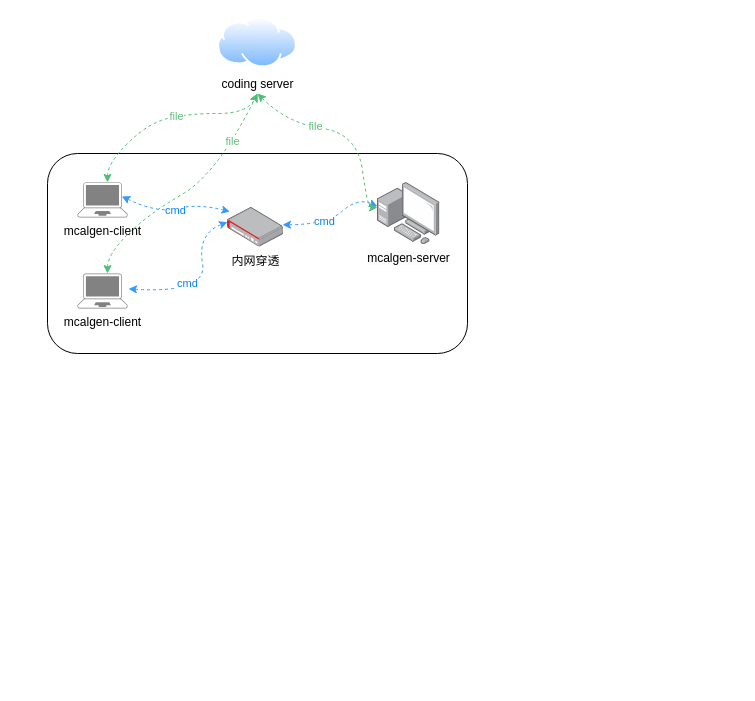
hehenihao/chart keeps this draw.io diagram as page "第 11 页" (11 of 11) of cx3288_sdk.drawio. Above is the earlier version. Source tidied: cells renumbered, new cells numbered last; positions are measured from the earlier drawing's top-left corner, leaving out a move shared by most shapes. Both pictures are drawn from the tidied source at 100%, with x=0, y=0 at pixel (47, 17).
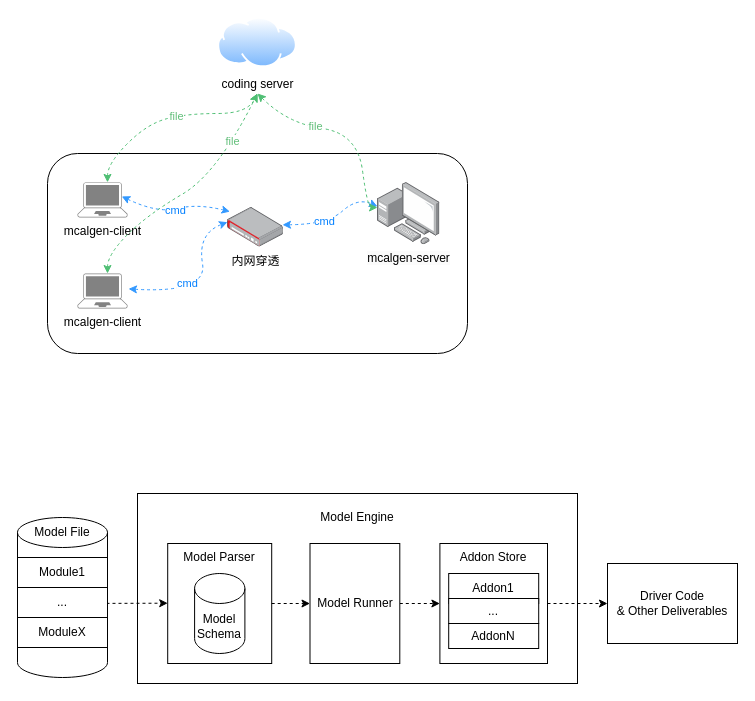
The same diagram, later.

What changed in the source:
```diff
@@
+    <mxCell id="20" style="rounded=0;whiteSpace=wrap;html=1;" parent="1" vertex="1">
+      <mxGeometry x="90" y="476" width="440" height="190" as="geometry" />
+    </mxCell>
@@
+    <mxCell id="21" style="shape=cylinder3;whiteSpace=wrap;html=1;boundedLbl=1;backgroundOutline=1;size=15;horizontal=1;verticalAlign=middle;" parent="1" vertex="1">
+      <mxGeometry x="-30" y="500" width="90" height="160" as="geometry" />
+    </mxCell>
+    <mxCell id="22" value="Model File" style="text;html=1;align=center;verticalAlign=middle;whiteSpace=wrap;rounded=0;" parent="1" vertex="1">
+      <mxGeometry x="-15" y="500" width="60" height="30" as="geometry" />
+    </mxCell>
+    <mxCell id="23" value="Module1" style="rounded=0;whiteSpace=wrap;html=1;" parent="1" vertex="1">
+      <mxGeometry x="-30" y="540" width="90" height="30" as="geometry" />
+    </mxCell>
+    <mxCell id="24" value="ModuleX" style="rounded=0;whiteSpace=wrap;html=1;" parent="1" vertex="1">
+      <mxGeometry x="-30" y="600" width="90" height="30" as="geometry" />
+    </mxCell>
+    <mxCell id="25" value="Model Engine" style="text;html=1;align=center;verticalAlign=middle;whiteSpace=wrap;rounded=0;" parent="1" vertex="1">
+      <mxGeometry x="92.1" y="485" width="435.8" height="30" as="geometry" />
+    </mxCell>
+    <mxCell id="26" value="Model Parser" style="rounded=0;whiteSpace=wrap;html=1;verticalAlign=top;" parent="1" vertex="1">
+      <mxGeometry x="120.2" y="526" width="104" height="120" as="geometry" />
+    </mxCell>
+    <mxCell id="27" style="endArrow=classic;html=1;rounded=0;entryX=0.012;entryY=0.29;entryDx=0;entryDy=0;exitX=1;exitY=0.5;exitDx=0;exitDy=0;dashed=1;entryPerimeter=0;" parent="1" edge="1">
+      <mxGeometry relative="1" as="geometry">
+        <mxPoint x="53" y="585.9" as="sourcePoint" />
+        <mxPoint x="120.2" y="585.7" as="targetPoint" />
+      </mxGeometry>
+    </mxCell>
+    <mxCell id="28" value="Model Schema" style="shape=cylinder3;whiteSpace=wrap;html=1;boundedLbl=1;backgroundOutline=1;size=15;" parent="1" vertex="1">
+      <mxGeometry x="147.1" y="556" width="50.3" height="80" as="geometry" />
+    </mxCell>
+    <mxCell id="29" style="edgeStyle=orthogonalEdgeStyle;rounded=0;jettySize=auto;html=1;entryX=0;entryY=0.5;entryDx=0;entryDy=0;dashed=1;" parent="1" edge="1" source="30" target="33">
+      <mxGeometry relative="1" as="geometry" />
+    </mxCell>
+    <mxCell id="30" value="Model Runner" style="rounded=0;whiteSpace=wrap;html=1;verticalAlign=middle;" parent="1" vertex="1">
+      <mxGeometry x="262.5" y="526" width="89.8" height="120" as="geometry" />
+    </mxCell>
+    <mxCell id="31" style="endArrow=classic;html=1;rounded=0;entryX=0;entryY=0.5;entryDx=0;entryDy=0;dashed=1;endFill=1;exitX=1;exitY=0.5;exitDx=0;exitDy=0;" parent="1" edge="1" source="26" target="30">
+      <mxGeometry relative="1" as="geometry" />
+    </mxCell>
+    <mxCell id="32" value="Driver Code&lt;br&gt;&amp;amp; Other Deliverables&lt;br&gt;" style="rounded=0;whiteSpace=wrap;html=1;" parent="1" vertex="1">
+      <mxGeometry x="560" y="546" width="130" height="80" as="geometry" />
+    </mxCell>
+    <mxCell id="33" value="Addon Store" style="rounded=0;whiteSpace=wrap;html=1;verticalAlign=top;" parent="1" vertex="1">
+      <mxGeometry x="392.4" y="526" width="107.6" height="120" as="geometry" />
+    </mxCell>
+    <mxCell id="34" value="Addon1" style="rounded=0;whiteSpace=wrap;html=1;" parent="1" vertex="1">
+      <mxGeometry x="401.2" y="556" width="90" height="30" as="geometry" />
+    </mxCell>
+    <mxCell id="35" value="..." style="rounded=0;whiteSpace=wrap;html=1;" parent="1" vertex="1">
+      <mxGeometry x="401.2" y="581" width="90" height="25" as="geometry" />
+    </mxCell>
+    <mxCell id="36" value="AddonN" style="rounded=0;whiteSpace=wrap;html=1;" parent="1" vertex="1">
+      <mxGeometry x="401.2" y="606" width="90" height="25" as="geometry" />
+    </mxCell>
+    <mxCell id="37" style="edgeStyle=orthogonalEdgeStyle;rounded=0;jettySize=auto;html=1;dashed=1;exitX=1;exitY=0.5;exitDx=0;exitDy=0;" parent="1" edge="1" source="33" target="32">
+      <mxGeometry relative="1" as="geometry" />
+    </mxCell>
+    <mxCell id="38" value="..." style="rounded=0;whiteSpace=wrap;html=1;" parent="1" vertex="1">
+      <mxGeometry x="-30" y="570" width="90" height="30" as="geometry" />
+    </mxCell>
```
